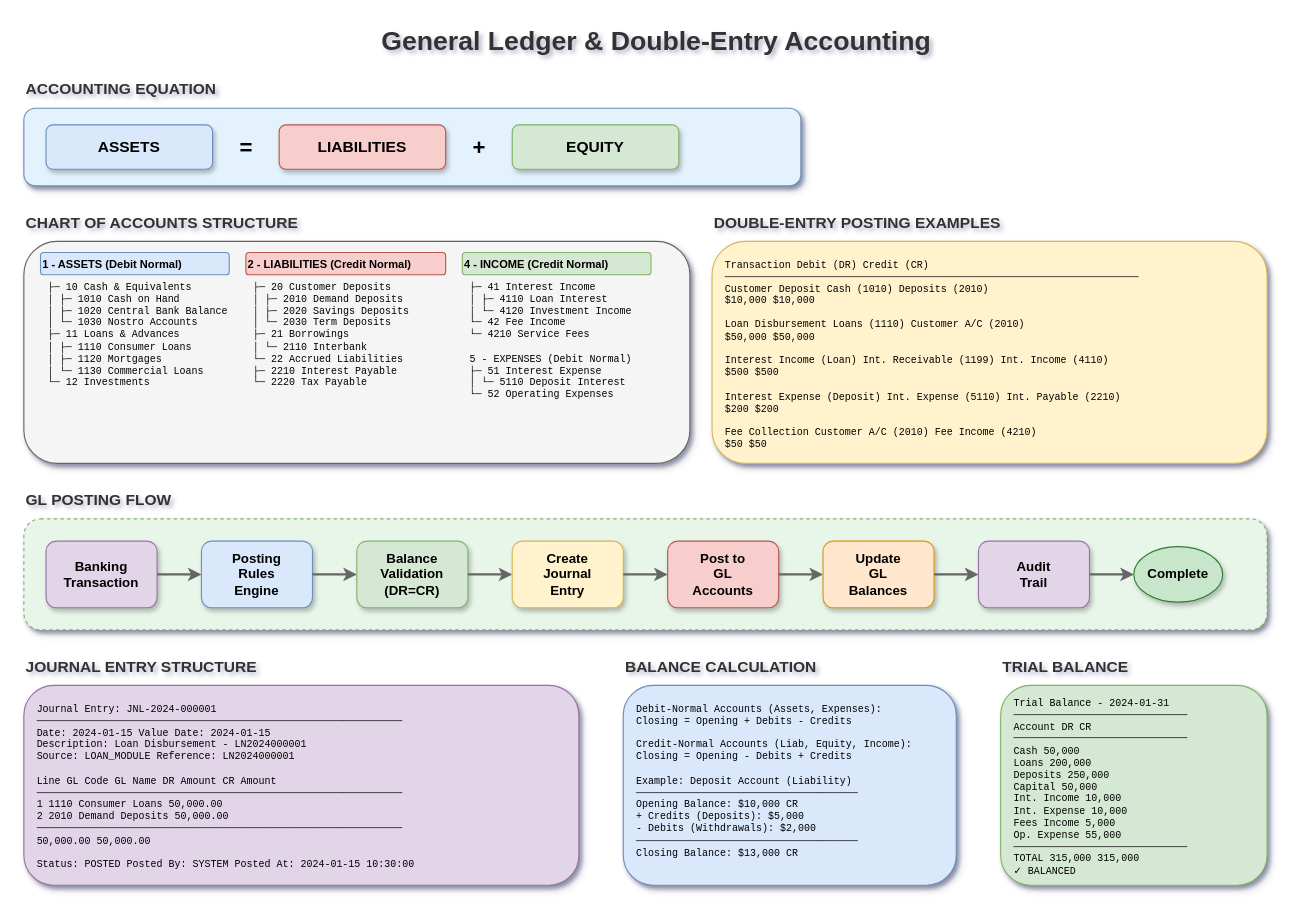
MrParkerZ7/document-lesson-core-banking-business-system-technology-x-claude keeps this draw.io diagram as lesson-08-general-ledger-and-accounting/08.0-gl-posting-flow.drawio. Above is the earlier version. Source tidied: cells renumbered, new cells numbered last; positions are measured from the earlier drawing's top-left corner, leaving out a move shared by most shapes. Both pictures are drawn from the tidied source at 111%, with x=0, y=0 at pixel (23, 19).
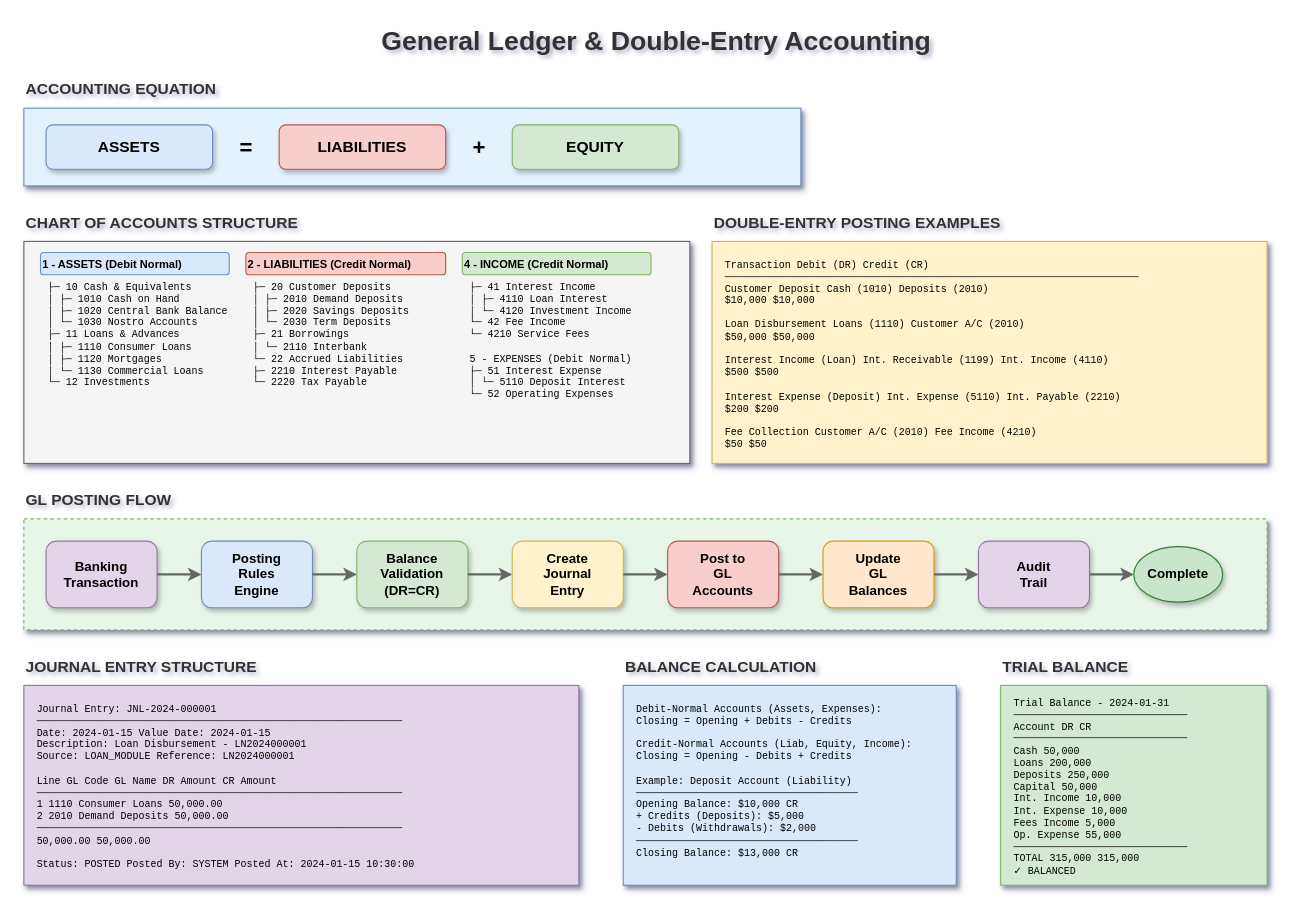
After the change.

Change to the diagram source:
```diff
@@
-    <mxCell id="4" style="rounded=1;whiteSpace=wrap;html=1;fillColor=#e3f2fd;strokeColor=#6c8ebf;shadow=1;" parent="1" vertex="1">
+    <mxCell id="4" style="rounded=0;whiteSpace=wrap;html=1;fillColor=#e3f2fd;strokeColor=#6c8ebf;shadow=1;" parent="1" vertex="1">
       <mxGeometry y="80" width="700" height="70" as="geometry" />
     </mxCell>
@@
-    <mxCell id="11" style="rounded=1;whiteSpace=wrap;html=1;fillColor=#f5f5f5;strokeColor=#666666;shadow=1;" parent="1" vertex="1">
+    <mxCell id="11" style="rounded=0;whiteSpace=wrap;html=1;fillColor=#f5f5f5;strokeColor=#666666;shadow=1;" parent="1" vertex="1">
       <mxGeometry y="200" width="600" height="200" as="geometry" />
     </mxCell>
@@
-    <mxCell id="19" style="rounded=1;whiteSpace=wrap;html=1;fillColor=#fff2cc;strokeColor=#d6b656;shadow=1;" parent="1" vertex="1">
+    <mxCell id="19" style="rounded=0;whiteSpace=wrap;html=1;fillColor=#fff2cc;strokeColor=#d6b656;shadow=1;" parent="1" vertex="1">
       <mxGeometry x="620" y="200" width="500" height="200" as="geometry" />
     </mxCell>
@@
-    <mxCell id="22" style="rounded=1;whiteSpace=wrap;html=1;fillColor=#e8f5e9;strokeColor=#82b366;shadow=1;dashed=1;" parent="1" vertex="1">
+    <mxCell id="22" style="rounded=0;whiteSpace=wrap;html=1;fillColor=#e8f5e9;strokeColor=#82b366;shadow=1;dashed=1;" parent="1" vertex="1">
       <mxGeometry y="450" width="1120" height="100" as="geometry" />
     </mxCell>
@@
-    <mxCell id="39" style="rounded=1;whiteSpace=wrap;html=1;fillColor=#e1d5e7;strokeColor=#9673a6;shadow=1;" parent="1" vertex="1">
+    <mxCell id="39" style="rounded=0;whiteSpace=wrap;html=1;fillColor=#e1d5e7;strokeColor=#9673a6;shadow=1;" parent="1" vertex="1">
       <mxGeometry y="600" width="500" height="180" as="geometry" />
     </mxCell>
@@
-    <mxCell id="42" style="rounded=1;whiteSpace=wrap;html=1;fillColor=#dae8fc;strokeColor=#6c8ebf;shadow=1;" parent="1" vertex="1">
+    <mxCell id="42" style="rounded=0;whiteSpace=wrap;html=1;fillColor=#dae8fc;strokeColor=#6c8ebf;shadow=1;" parent="1" vertex="1">
       <mxGeometry x="540" y="600" width="300" height="180" as="geometry" />
     </mxCell>
@@
-    <mxCell id="45" style="rounded=1;whiteSpace=wrap;html=1;fillColor=#d5e8d4;strokeColor=#82b366;shadow=1;" parent="1" vertex="1">
+    <mxCell id="45" style="rounded=0;whiteSpace=wrap;html=1;fillColor=#d5e8d4;strokeColor=#82b366;shadow=1;" parent="1" vertex="1">
       <mxGeometry x="880" y="600" width="240" height="180" as="geometry" />
     </mxCell>
```
